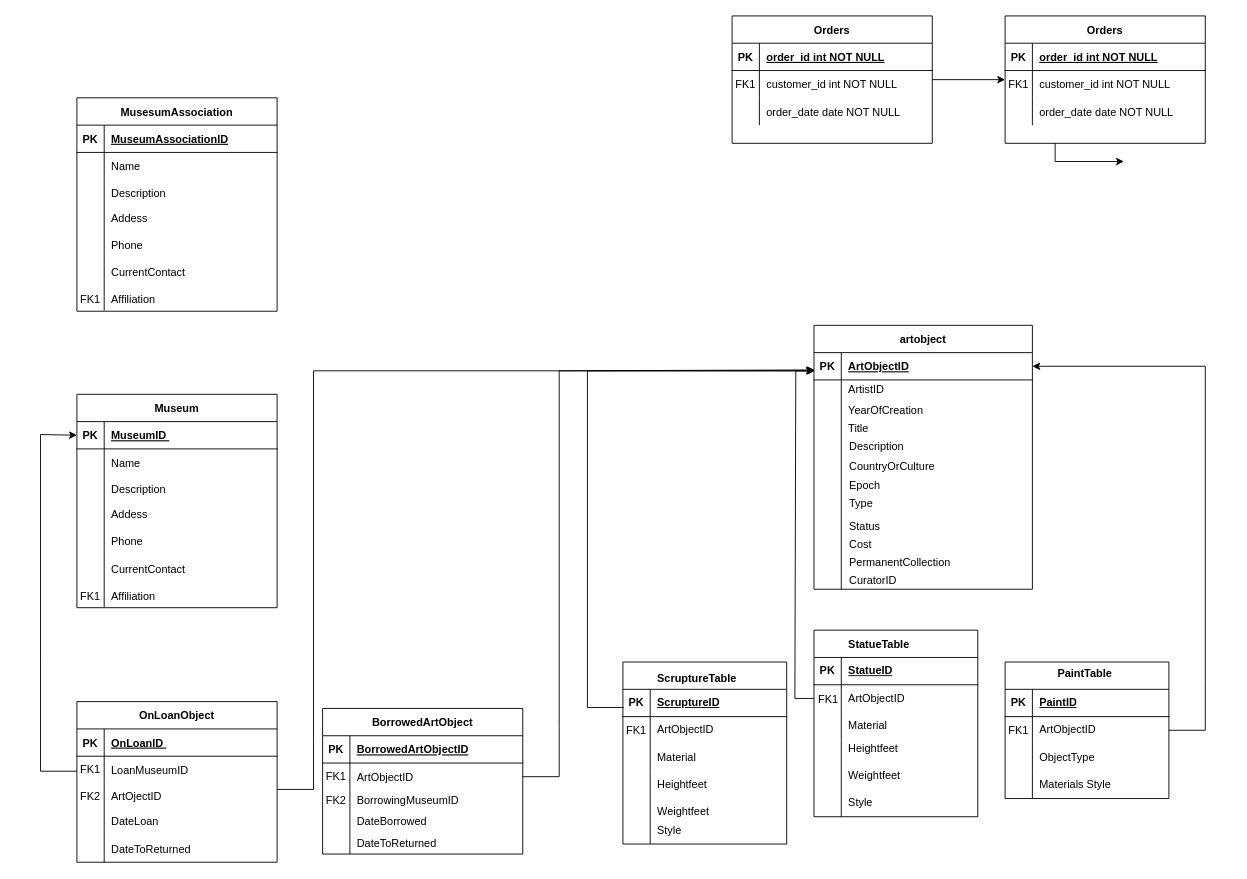
This is 未命名绘图.drawio from rz871256465/ERmodel, a draw.io file, before an edit. Source tidied: cells renumbered, new cells numbered last; positions are measured from the earlier drawing's top-left corner, leaving out a move shared by most shapes. Both pictures are drawn from the tidied source at 91%, with x=0, y=0 at pixel (40, 15).
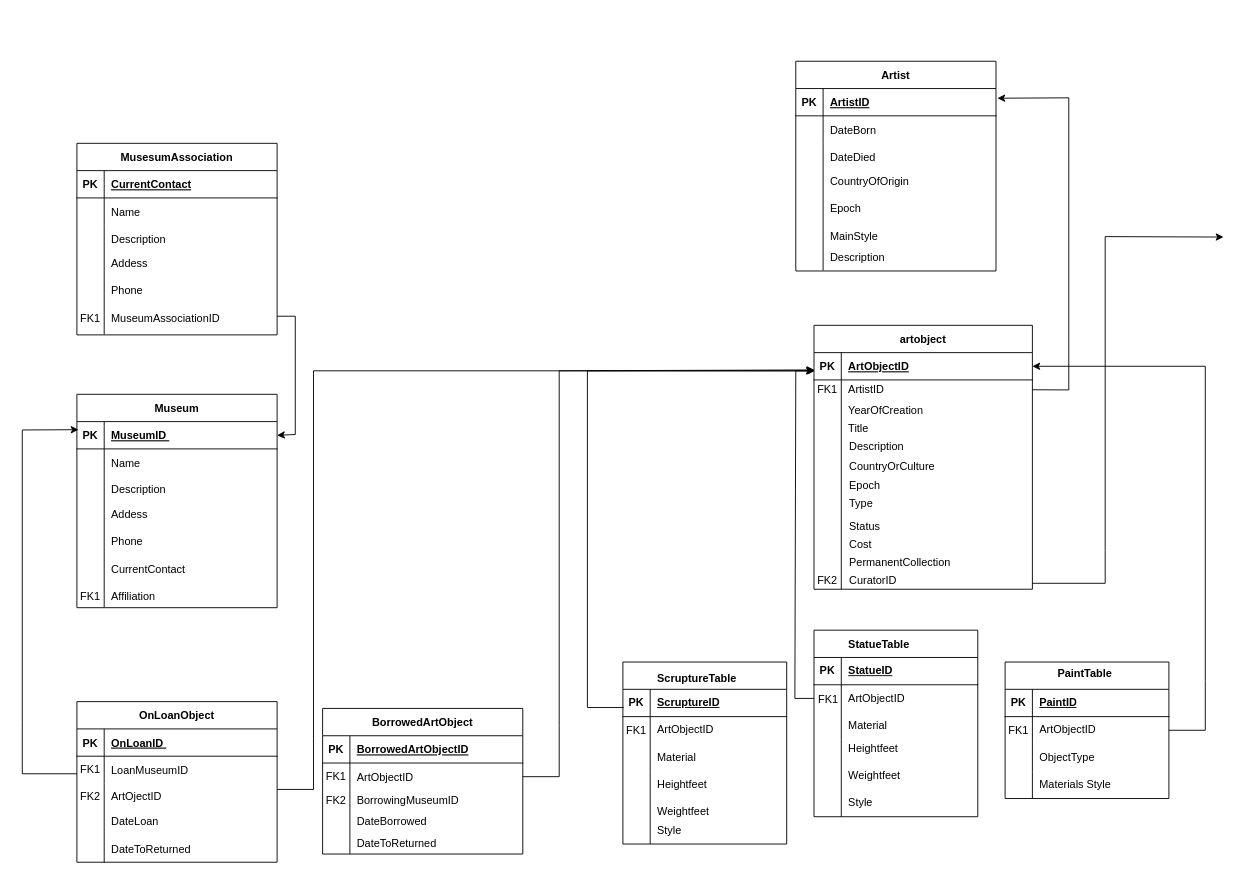
The same diagram, later.

Commit message (it also covers changes not shown here):
更新未命名绘图.drawio

Unchanged cells that the change refers to:
```xml
<mxCell id="131" style="shape=partialRectangle;fillColor=none;points=[[0,0.5],[1,0.5]];portConstraint=eastwest;top=0;left=0;right=0;bottom=1;" parent="130" vertex="1">
  <mxGeometry y="30" width="220" height="30" as="geometry" />
</mxCell>
<mxCell id="148" style="shape=partialRectangle;fillColor=none;top=0;left=0;right=0;bottom=1;" parent="147" vertex="1">
  <mxGeometry y="30" width="220" height="30" as="geometry" />
</mxCell>
```

What changed in the source:
```diff
@@
-    <mxCell id="2" style="edgeStyle=orthogonalEdgeStyle;rounded=0;jettySize=auto;html=1;" parent="1" edge="1" source="3" target="57">
-      <mxGeometry relative="1" as="geometry" />
-    </mxCell>
-    <mxCell id="3" value="Orders" style="shape=table;startSize=30;childLayout=tableLayout;rowLines=0;fontStyle=1;align=center;" parent="1" vertex="1">
-      <mxGeometry x="760" width="220" height="140" as="geometry" />
-    </mxCell>
-    <mxCell id="4" style="shape=partialRectangle;fillColor=none;top=0;left=0;right=0;bottom=1;" parent="3" vertex="1">
-      <mxGeometry y="30" width="220" height="30" as="geometry" />
-    </mxCell>
-    <mxCell id="5" value="PK" style="shape=partialRectangle;overflow=hidden;fillColor=none;top=0;left=0;bottom=0;right=0;fontStyle=1;" parent="4" vertex="1">
-      <mxGeometry width="30" height="30" as="geometry" />
-    </mxCell>
-    <mxCell id="6" value="order_id int NOT NULL " style="shape=partialRectangle;overflow=hidden;fillColor=none;top=0;left=0;bottom=0;right=0;align=left;spacingLeft=6;fontStyle=5;" parent="4" vertex="1">
-      <mxGeometry x="30" width="190" height="30" as="geometry" />
-    </mxCell>
-    <mxCell id="7" style="shape=partialRectangle;fillColor=none;top=0;left=0;right=0;bottom=0;" parent="3" vertex="1">
-      <mxGeometry y="60" width="220" height="30" as="geometry" />
-    </mxCell>
-    <mxCell id="8" value="FK1" style="shape=partialRectangle;overflow=hidden;fillColor=none;top=0;left=0;bottom=0;right=0;" parent="7" vertex="1">
-      <mxGeometry width="30" height="30" as="geometry" />
-    </mxCell>
-    <mxCell id="9" value="customer_id int NOT NULL" style="shape=partialRectangle;overflow=hidden;fillColor=none;top=0;left=0;bottom=0;right=0;align=left;spacingLeft=6;" parent="7" vertex="1">
-      <mxGeometry x="30" width="190" height="30" as="geometry" />
-    </mxCell>
-    <mxCell id="10" style="shape=partialRectangle;fillColor=none;top=0;left=0;right=0;bottom=0;" parent="3" vertex="1">
-      <mxGeometry y="90" width="220" height="30" as="geometry" />
-    </mxCell>
-    <mxCell id="11" style="shape=partialRectangle;overflow=hidden;fillColor=none;top=0;left=0;bottom=0;right=0;" parent="10" vertex="1">
-      <mxGeometry width="30" height="30" as="geometry" />
-    </mxCell>
-    <mxCell id="12" value="order_date date NOT NULL" style="shape=partialRectangle;overflow=hidden;fillColor=none;top=0;left=0;bottom=0;right=0;align=left;spacingLeft=6;" parent="10" vertex="1">
-      <mxGeometry x="30" width="190" height="30" as="geometry" />
-    </mxCell>
@@
-    <mxCell id="56" style="edgeStyle=orthogonalEdgeStyle;rounded=0;jettySize=auto;html=1;exitX=0.25;exitY=1;exitDx=0;exitDy=0;" parent="1" edge="1" source="57">
-      <mxGeometry relative="1" as="geometry">
-        <mxPoint x="1190" y="160" as="targetPoint" />
-      </mxGeometry>
-    </mxCell>
-    <mxCell id="57" value="Orders" style="shape=table;startSize=30;childLayout=tableLayout;rowLines=0;fontStyle=1;align=center;" parent="1" vertex="1">
-      <mxGeometry x="1060" width="220" height="140" as="geometry" />
-    </mxCell>
-    <mxCell id="58" style="shape=partialRectangle;fillColor=none;top=0;left=0;right=0;bottom=1;" parent="57" vertex="1">
-      <mxGeometry y="30" width="220" height="30" as="geometry" />
-    </mxCell>
-    <mxCell id="59" value="PK" style="shape=partialRectangle;overflow=hidden;fillColor=none;top=0;left=0;bottom=0;right=0;fontStyle=1;" parent="58" vertex="1">
-      <mxGeometry width="30" height="30" as="geometry" />
-    </mxCell>
-    <mxCell id="60" value="order_id int NOT NULL " style="shape=partialRectangle;overflow=hidden;fillColor=none;top=0;left=0;bottom=0;right=0;align=left;spacingLeft=6;fontStyle=5;" parent="58" vertex="1">
-      <mxGeometry x="30" width="190" height="30" as="geometry" />
-    </mxCell>
-    <mxCell id="61" style="shape=partialRectangle;fillColor=none;top=0;left=0;right=0;bottom=0;" parent="57" vertex="1">
-      <mxGeometry y="60" width="220" height="30" as="geometry" />
-    </mxCell>
-    <mxCell id="62" value="FK1" style="shape=partialRectangle;overflow=hidden;fillColor=none;top=0;left=0;bottom=0;right=0;" parent="61" vertex="1">
-      <mxGeometry width="30" height="30" as="geometry" />
-    </mxCell>
-    <mxCell id="63" value="customer_id int NOT NULL" style="shape=partialRectangle;overflow=hidden;fillColor=none;top=0;left=0;bottom=0;right=0;align=left;spacingLeft=6;" parent="61" vertex="1">
-      <mxGeometry x="30" width="190" height="30" as="geometry" />
-    </mxCell>
-    <mxCell id="64" style="shape=partialRectangle;fillColor=none;top=0;left=0;right=0;bottom=0;" parent="57" vertex="1">
-      <mxGeometry y="90" width="220" height="30" as="geometry" />
-    </mxCell>
-    <mxCell id="65" style="shape=partialRectangle;overflow=hidden;fillColor=none;top=0;left=0;bottom=0;right=0;" parent="64" vertex="1">
-      <mxGeometry width="30" height="30" as="geometry" />
-    </mxCell>
-    <mxCell id="66" value="order_date date NOT NULL" style="shape=partialRectangle;overflow=hidden;fillColor=none;top=0;left=0;bottom=0;right=0;align=left;spacingLeft=6;" parent="64" vertex="1">
-      <mxGeometry x="30" width="190" height="30" as="geometry" />
-    </mxCell>
@@
-    <mxCell id="146" style="endArrow=classic;html=1;rounded=0;entryX=0;entryY=0.5;entryDx=0;entryDy=0;" parent="1" edge="1">
-      <mxGeometry relative="1" as="geometry">
-        <mxPoint x="40" y="830" as="sourcePoint" />
-        <mxPoint x="40" y="460.8" as="targetPoint" />
-        <Array as="points">
-          <mxPoint y="830" />
-          <mxPoint y="709" />
-          <mxPoint y="460" />
-        </Array>
-      </mxGeometry>
-    </mxCell>
     <mxCell id="147" value="MusesumAssociation" style="shape=table;startSize=30;childLayout=tableLayout;rowLines=0;fontStyle=1;align=center;" parent="1" vertex="1">
-      <mxGeometry x="40" y="90" width="220" height="234.5" as="geometry" />
+      <mxGeometry x="40" y="140" width="220" height="210.5" as="geometry" />
     </mxCell>
@@
-    <mxCell id="150" value="MuseumAssociationID" style="shape=partialRectangle;overflow=hidden;fillColor=none;top=0;left=0;bottom=0;right=0;align=left;spacingLeft=6;fontStyle=5;" parent="148" vertex="1">
+    <mxCell id="150" value="CurrentContact" style="shape=partialRectangle;overflow=hidden;fillColor=none;top=0;left=0;bottom=0;right=0;align=left;spacingLeft=6;fontStyle=5;" parent="148" vertex="1">
       <mxGeometry x="30" width="190" height="30" as="geometry" />
     </mxCell>
@@
     <mxCell id="154" style="shape=partialRectangle;fillColor=none;top=0;left=0;right=0;bottom=0;" parent="147" vertex="1">
-      <mxGeometry y="90" width="220" height="144" as="geometry" />
+      <mxGeometry y="90" width="220" height="120" as="geometry" />
     </mxCell>
     <mxCell id="155" style="shape=partialRectangle;overflow=hidden;fillColor=none;top=0;left=0;bottom=0;right=0;" parent="154" vertex="1">
-      <mxGeometry width="30" height="144" as="geometry" />
+      <mxGeometry width="30" height="120" as="geometry" />
     </mxCell>
     <mxCell id="156" style="shape=partialRectangle;overflow=hidden;fillColor=none;top=0;left=0;bottom=0;right=0;align=left;spacingLeft=6;" parent="154" vertex="1">
-      <mxGeometry x="30" width="190" height="144" as="geometry" />
+      <mxGeometry x="30" width="190" height="120" as="geometry" />
     </mxCell>
     <mxCell id="157" value="Addess" style="shape=partialRectangle;overflow=hidden;fillColor=none;top=0;left=0;bottom=0;right=0;align=left;spacingLeft=6;" parent="1" vertex="1">
-      <mxGeometry x="70" y="206.5" width="190" height="30" as="geometry" />
+      <mxGeometry x="70" y="256.5" width="190" height="30" as="geometry" />
     </mxCell>
     <mxCell id="158" value="Phone" style="shape=partialRectangle;overflow=hidden;fillColor=none;top=0;left=0;bottom=0;right=0;align=left;spacingLeft=6;" parent="1" vertex="1">
-      <mxGeometry x="70" y="236.5" width="190" height="30" as="geometry" />
+      <mxGeometry x="70" y="286.5" width="190" height="30" as="geometry" />
     </mxCell>
-    <mxCell id="159" value="FK1" style="shape=partialRectangle;overflow=hidden;fillColor=none;top=0;left=0;bottom=0;right=0;" parent="1" vertex="1">
-      <mxGeometry x="40" y="296.5" width="30" height="30" as="geometry" />
-    </mxCell>
     <mxCell id="160" value="Description" style="shape=partialRectangle;overflow=hidden;fillColor=none;top=0;left=0;bottom=0;right=0;align=left;spacingLeft=6;" parent="1" vertex="1">
-      <mxGeometry x="70" y="179" width="190" height="30" as="geometry" />
+      <mxGeometry x="70" y="230.2" width="190" height="30" as="geometry" />
     </mxCell>
-    <mxCell id="161" value="CurrentContact" style="shape=partialRectangle;overflow=hidden;fillColor=none;top=0;left=0;bottom=0;right=0;align=left;spacingLeft=6;" parent="1" vertex="1">
-      <mxGeometry x="70" y="266.5" width="190" height="30" as="geometry" />
+    <mxCell id="161" value="MuseumAssociationID" style="shape=partialRectangle;overflow=hidden;fillColor=none;top=0;left=0;bottom=0;right=0;align=left;spacingLeft=6;" parent="1" vertex="1">
+      <mxGeometry x="70" y="316.5" width="190" height="30" as="geometry" />
     </mxCell>
-    <mxCell id="162" value="Affiliation" style="shape=partialRectangle;overflow=hidden;fillColor=none;top=0;left=0;bottom=0;right=0;align=left;spacingLeft=6;" parent="1" vertex="1">
-      <mxGeometry x="70" y="296.5" width="190" height="30" as="geometry" />
-    </mxCell>
+    <mxCell id="163" value="FK1" style="shape=partialRectangle;overflow=hidden;fillColor=none;top=0;left=0;bottom=0;right=0;" parent="1" vertex="1">
+      <mxGeometry x="40" y="316.5" width="30" height="30" as="geometry" />
+    </mxCell>
+    <mxCell id="164" style="endArrow=classic;html=1;rounded=0;entryX=0.008;entryY=0.296;entryDx=0;entryDy=0;entryPerimeter=0;" parent="1" edge="1" target="131">
+      <mxGeometry relative="1" as="geometry">
+        <mxPoint x="40" y="832.8" as="sourcePoint" />
+        <Array as="points">
+          <mxPoint x="-20" y="832.8" />
+          <mxPoint x="-20" y="776.8" />
+          <mxPoint x="-20" y="455" />
+        </Array>
+      </mxGeometry>
+    </mxCell>
+    <mxCell id="165" style="endArrow=classic;html=1;rounded=0;entryX=1;entryY=0.5;entryDx=0;entryDy=0;" parent="1" edge="1" target="131">
+      <mxGeometry relative="1" as="geometry">
+        <mxPoint x="260" y="330" as="sourcePoint" />
+        <Array as="points">
+          <mxPoint x="280" y="330" />
+          <mxPoint x="280" y="460" />
+        </Array>
+      </mxGeometry>
+    </mxCell>
+    <mxCell id="166" style="endArrow=classic;html=1;rounded=0;" parent="1" edge="1">
+      <mxGeometry relative="1" as="geometry">
+        <mxPoint x="1090" y="623.5" as="sourcePoint" />
+        <mxPoint x="1300" y="243" as="targetPoint" />
+        <Array as="points">
+          <mxPoint x="1170" y="623.5" />
+          <mxPoint x="1170" y="587.5" />
+          <mxPoint x="1170" y="242.5" />
+        </Array>
+      </mxGeometry>
+    </mxCell>
+    <mxCell id="167" value="FK1" style="shape=partialRectangle;overflow=hidden;fillColor=none;top=0;left=0;bottom=0;right=0;" parent="1" vertex="1">
+      <mxGeometry x="850" y="395" width="30" height="30" as="geometry" />
+    </mxCell>
+    <mxCell id="168" value="FK2" style="shape=partialRectangle;overflow=hidden;fillColor=none;top=0;left=0;bottom=0;right=0;" parent="1" vertex="1">
+      <mxGeometry x="850" y="605" width="30" height="30" as="geometry" />
+    </mxCell>
+    <mxCell id="169" style="endArrow=classic;html=1;rounded=0;entryX=1.007;entryY=0.354;entryDx=0;entryDy=0;entryPerimeter=0;" parent="1" edge="1" target="171">
+      <mxGeometry relative="1" as="geometry">
+        <mxPoint x="1090" y="410.8" as="sourcePoint" />
+        <Array as="points">
+          <mxPoint x="1130" y="411" />
+          <mxPoint x="1130" y="355" />
+          <mxPoint x="1130" y="90" />
+        </Array>
+      </mxGeometry>
+    </mxCell>
+    <mxCell id="170" value="Artist" style="shape=table;startSize=30;childLayout=tableLayout;rowLines=0;fontStyle=1;align=center;" parent="1" vertex="1">
+      <mxGeometry x="830" y="49.8" width="220" height="230.5" as="geometry" />
+    </mxCell>
+    <mxCell id="171" style="shape=partialRectangle;fillColor=none;points=[[0,0.5],[1,0.5]];portConstraint=eastwest;top=0;left=0;right=0;bottom=1;" parent="170" vertex="1">
+      <mxGeometry y="30" width="220" height="30" as="geometry" />
+    </mxCell>
+    <mxCell id="172" value="PK" style="shape=partialRectangle;overflow=hidden;fillColor=none;top=0;left=0;bottom=0;right=0;fontStyle=1;" parent="171" vertex="1">
+      <mxGeometry width="30" height="30" as="geometry" />
+    </mxCell>
+    <mxCell id="173" value="ArtistID" style="shape=partialRectangle;overflow=hidden;fillColor=none;top=0;left=0;bottom=0;right=0;align=left;spacingLeft=6;fontStyle=5;" parent="171" vertex="1">
+      <mxGeometry x="30" width="190" height="30" as="geometry" />
+    </mxCell>
+    <mxCell id="174" style="shape=partialRectangle;fillColor=none;top=0;left=0;right=0;bottom=0;" parent="170" vertex="1">
+      <mxGeometry y="60" width="220" height="30" as="geometry" />
+    </mxCell>
+    <mxCell id="175" style="shape=partialRectangle;overflow=hidden;fillColor=none;top=0;left=0;bottom=0;right=0;" parent="174" vertex="1">
+      <mxGeometry width="30" height="30" as="geometry" />
+    </mxCell>
+    <mxCell id="176" value="DateBorn" style="shape=partialRectangle;overflow=hidden;fillColor=none;top=0;left=0;bottom=0;right=0;align=left;spacingLeft=6;" parent="174" vertex="1">
+      <mxGeometry x="30" width="190" height="30" as="geometry" />
+    </mxCell>
+    <mxCell id="177" style="shape=partialRectangle;fillColor=none;top=0;left=0;right=0;bottom=0;" parent="170" vertex="1">
+      <mxGeometry y="90" width="220" height="140" as="geometry" />
+    </mxCell>
+    <mxCell id="178" style="shape=partialRectangle;overflow=hidden;fillColor=none;top=0;left=0;bottom=0;right=0;" parent="177" vertex="1">
+      <mxGeometry width="30" height="140" as="geometry" />
+    </mxCell>
+    <mxCell id="179" style="shape=partialRectangle;overflow=hidden;fillColor=none;top=0;left=0;bottom=0;right=0;align=left;spacingLeft=6;" parent="177" vertex="1">
+      <mxGeometry x="30" width="190" height="140" as="geometry" />
+    </mxCell>
+    <mxCell id="180" value="CountryOfOrigin" style="shape=partialRectangle;overflow=hidden;fillColor=none;top=0;left=0;bottom=0;right=0;align=left;spacingLeft=6;" parent="1" vertex="1">
+      <mxGeometry x="860" y="166.2" width="190" height="30" as="geometry" />
+    </mxCell>
+    <mxCell id="181" value="Epoch" style="shape=partialRectangle;overflow=hidden;fillColor=none;top=0;left=0;bottom=0;right=0;align=left;spacingLeft=6;" parent="1" vertex="1">
+      <mxGeometry x="860" y="196.2" width="190" height="30" as="geometry" />
+    </mxCell>
+    <mxCell id="182" value="DateDied" style="shape=partialRectangle;overflow=hidden;fillColor=none;top=0;left=0;bottom=0;right=0;align=left;spacingLeft=6;" parent="1" vertex="1">
+      <mxGeometry x="860" y="140" width="190" height="30" as="geometry" />
+    </mxCell>
+    <mxCell id="183" value="MainStyle" style="shape=partialRectangle;overflow=hidden;fillColor=none;top=0;left=0;bottom=0;right=0;align=left;spacingLeft=6;" parent="1" vertex="1">
+      <mxGeometry x="860" y="226.2" width="190" height="30" as="geometry" />
+    </mxCell>
+    <mxCell id="184" value="Description" style="shape=partialRectangle;overflow=hidden;fillColor=none;top=0;left=0;bottom=0;right=0;align=left;spacingLeft=6;" parent="1" vertex="1">
+      <mxGeometry x="860" y="250.2" width="190" height="30" as="geometry" />
+    </mxCell>
```
